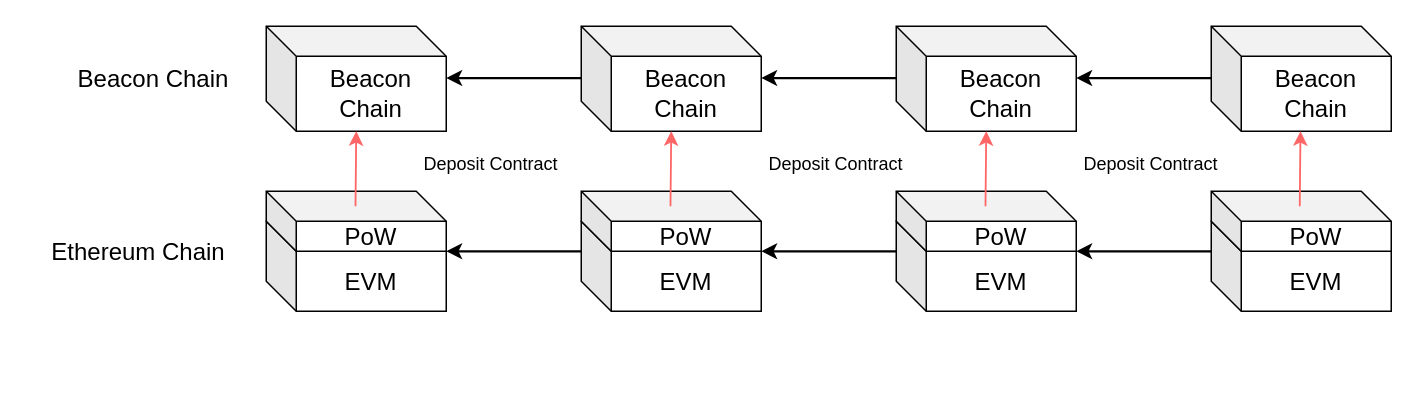
0xyicheng/a-research-diagram keeps this draw.io diagram as ethereum-research/consensus/beacon chain/before-merge ethereum.drawio. Above is the earlier version. Source tidied: cells renumbered, new cells numbered last; positions are measured from the earlier drawing's top-left corner, leaving out a move shared by most shapes. Both pictures are drawn from the tidied source at 150%, with x=0, y=0 at pixel (26, 26).
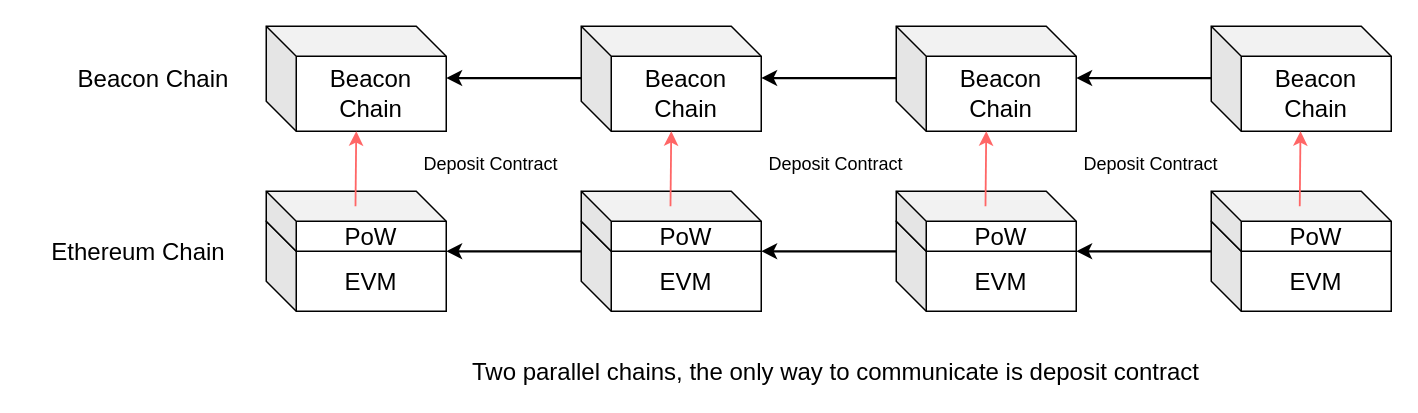
After the change.

The edit, as a diff of the source:
```diff
@@
+    <mxCell id="29" value="Two parallel chains, the only way to communicate is deposit contract" style="text;html=1;strokeColor=none;fillColor=none;align=center;verticalAlign=middle;whiteSpace=wrap;rounded=0;fontSize=16;" parent="1" vertex="1">
+      <mxGeometry x="295" y="220" width="490" height="20" as="geometry" />
+    </mxCell>
```
